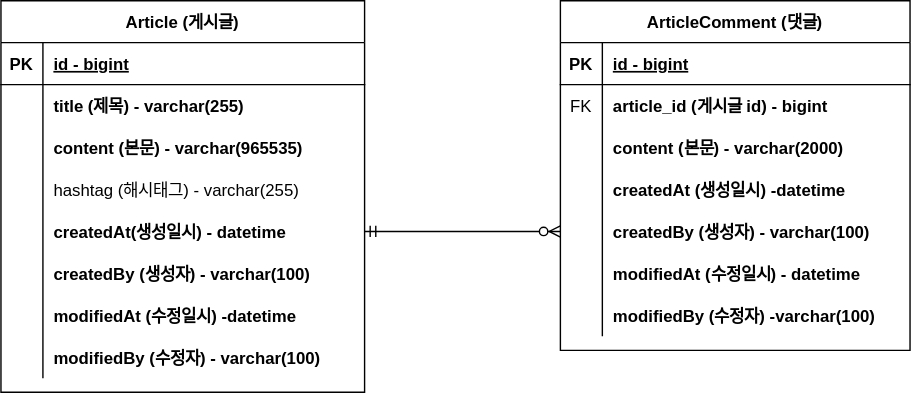
Before: document/project-board-erd.svg, a diagram exported from draw.io (chrisjang-8921/fastcampus-project-board). Source tidied: cells renumbered, new cells last; positions are measured from the earlier drawing's top-left corner, leaving out a move shared by most shapes.
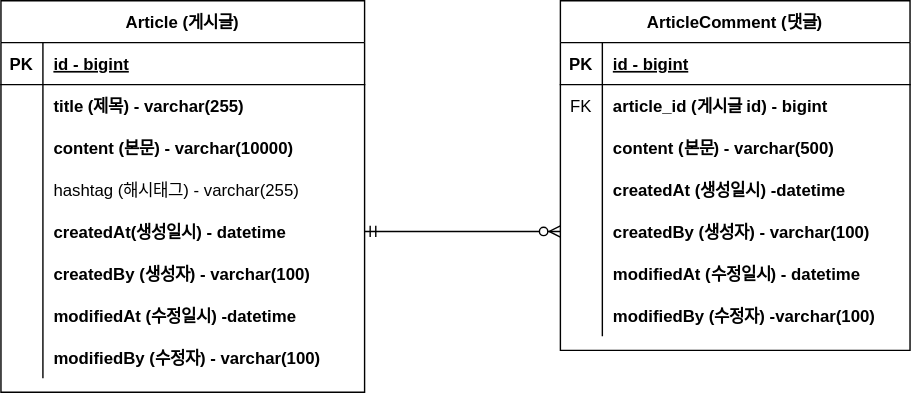
The same diagram one commit later.

Commit message:
#10 - erd  업데이트: content 사이즈 변경

The edit, as a diff of the source:
```diff
@@ -29,7 +29,7 @@
     <mxCell id="10" style="shape=partialRectangle;overflow=hidden;fillColor=none;top=0;left=0;bottom=0;right=0;" parent="9" vertex="1">
       <mxGeometry width="30" height="30" as="geometry" />
     </mxCell>
-    <mxCell id="11" value="content (본문) - varchar(965535)" style="shape=partialRectangle;overflow=hidden;fillColor=none;top=0;left=0;bottom=0;right=0;align=left;spacingLeft=6;fontStyle=1;" parent="9" vertex="1">
+    <mxCell id="11" value="content (본문) - varchar(10000)" style="shape=partialRectangle;overflow=hidden;fillColor=none;top=0;left=0;bottom=0;right=0;align=left;spacingLeft=6;fontStyle=1;" parent="9" vertex="1">
       <mxGeometry x="30" width="230" height="30" as="geometry" />
     </mxCell>
     <mxCell id="12" style="shape=partialRectangle;fillColor=none;top=0;left=0;right=0;bottom=0;" parent="2" vertex="1">
@@ -104,7 +104,7 @@
     <mxCell id="35" style="shape=partialRectangle;overflow=hidden;fillColor=none;top=0;left=0;bottom=0;right=0;" parent="34" vertex="1">
       <mxGeometry width="30" height="30" as="geometry" />
     </mxCell>
-    <mxCell id="36" value="content (본문) - varchar(2000)" style="shape=partialRectangle;overflow=hidden;fillColor=none;top=0;left=0;bottom=0;right=0;align=left;spacingLeft=6;fontStyle=1;" parent="34" vertex="1">
+    <mxCell id="36" value="content (본문) - varchar(500)" style="shape=partialRectangle;overflow=hidden;fillColor=none;top=0;left=0;bottom=0;right=0;align=left;spacingLeft=6;fontStyle=1;" parent="34" vertex="1">
       <mxGeometry x="30" width="220" height="30" as="geometry" />
     </mxCell>
     <mxCell id="37" style="shape=partialRectangle;fillColor=none;top=0;left=0;right=0;bottom=0;" parent="27" vertex="1">
```
